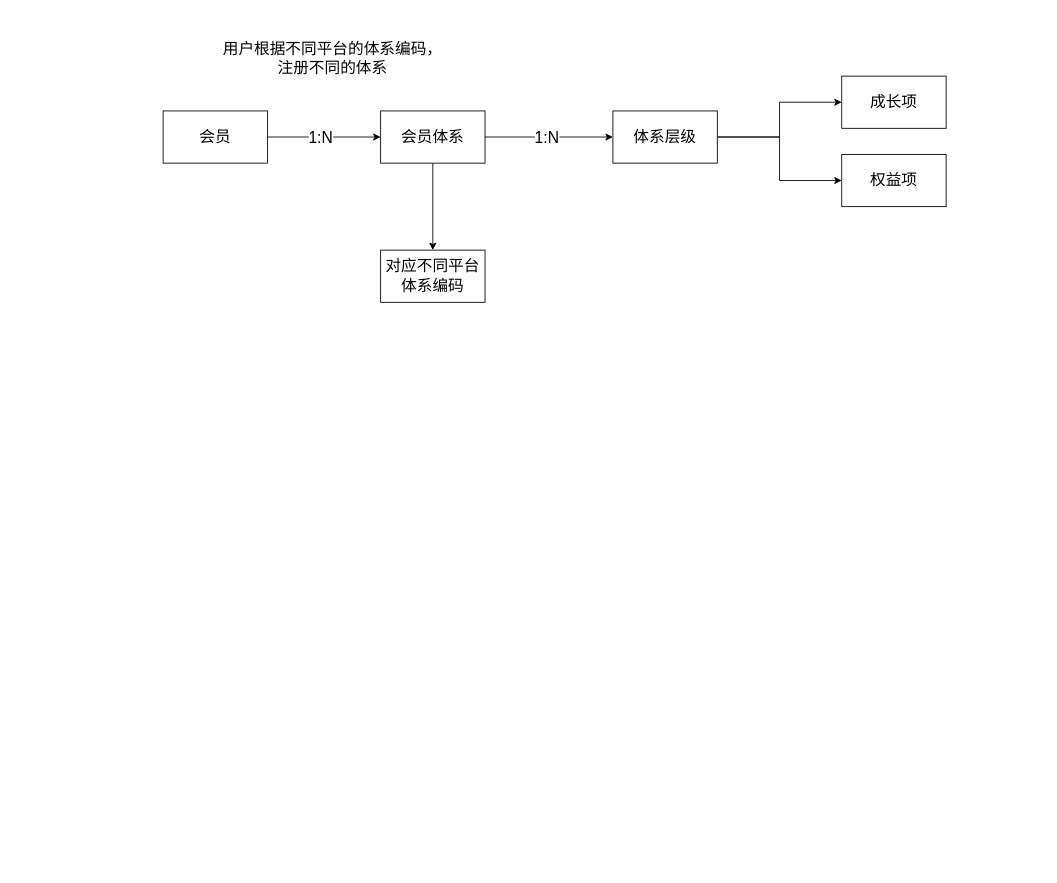
This is page "会员成长体系" (5 of 7) of 醉品系统业务流程.drawio from linbingxing/mind, a draw.io file, before an edit. Source tidied: cells renumbered, new cells numbered last; positions are measured from the earlier drawing's top-left corner, leaving out a move shared by most shapes. Both pictures are drawn from the tidied source at 87%, with x=0, y=0 at pixel (163, 15).
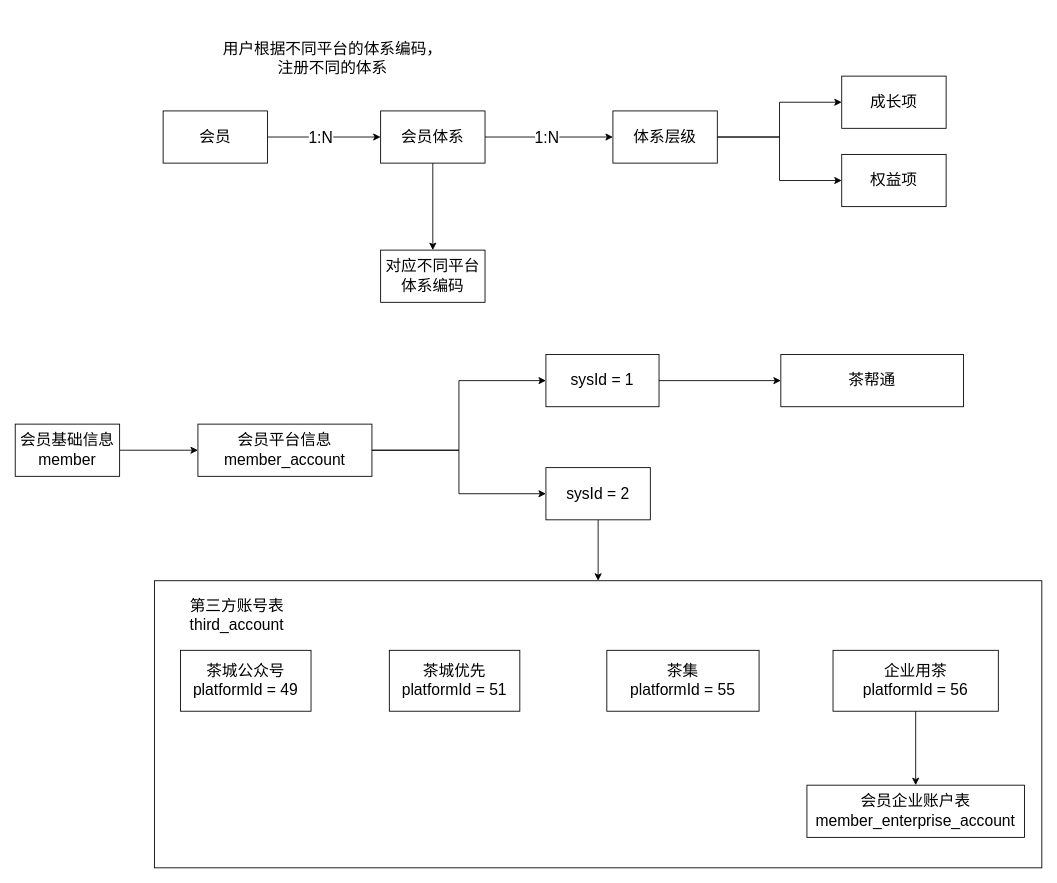
Above is the later version.

Commit message:
更新醉品系统业务流程.drawio

Diff of the diagram source:
```diff
@@
+    <mxCell id="16" style="rounded=0;whiteSpace=wrap;html=1;fontSize=18;" parent="1" vertex="1">
+      <mxGeometry x="-10" y="650" width="1020" height="330" as="geometry" />
+    </mxCell>
@@
+    <mxCell id="17" style="edgeStyle=orthogonalEdgeStyle;rounded=0;jettySize=auto;html=1;fontSize=18;" parent="1" edge="1" source="18" target="21">
+      <mxGeometry relative="1" as="geometry" />
+    </mxCell>
+    <mxCell id="18" value="会员基础信息&lt;br&gt;member" style="rounded=0;whiteSpace=wrap;html=1;fontSize=18;" parent="1" vertex="1">
+      <mxGeometry x="-170" y="470" width="120" height="60" as="geometry" />
+    </mxCell>
+    <mxCell id="19" style="edgeStyle=orthogonalEdgeStyle;rounded=0;jettySize=auto;html=1;entryX=0;entryY=0.5;entryDx=0;entryDy=0;fontSize=18;" parent="1" edge="1" source="21" target="28">
+      <mxGeometry relative="1" as="geometry" />
+    </mxCell>
+    <mxCell id="20" style="edgeStyle=orthogonalEdgeStyle;rounded=0;jettySize=auto;html=1;fontSize=18;" parent="1" edge="1" source="21" target="30">
+      <mxGeometry relative="1" as="geometry" />
+    </mxCell>
+    <mxCell id="21" value="会员平台信息&lt;br&gt;member_account" style="rounded=0;whiteSpace=wrap;html=1;fontSize=18;" parent="1" vertex="1">
+      <mxGeometry x="40" y="470" width="200" height="60" as="geometry" />
+    </mxCell>
+    <mxCell id="22" value="茶帮通&lt;br&gt;" style="whiteSpace=wrap;html=1;fontSize=18;rounded=0;" parent="1" vertex="1">
+      <mxGeometry x="710" y="390" width="210" height="60" as="geometry" />
+    </mxCell>
+    <mxCell id="23" style="edgeStyle=orthogonalEdgeStyle;rounded=0;jettySize=auto;html=1;fontSize=18;" parent="1" edge="1" source="24" target="33">
+      <mxGeometry relative="1" as="geometry" />
+    </mxCell>
+    <mxCell id="24" value="企业用茶&lt;br&gt;platformId = 56" style="whiteSpace=wrap;html=1;fontSize=18;rounded=0;" parent="1" vertex="1">
+      <mxGeometry x="770" y="730" width="190" height="70" as="geometry" />
+    </mxCell>
+    <mxCell id="25" value="茶集&lt;br&gt;platformId = 55" style="whiteSpace=wrap;html=1;fontSize=18;rounded=0;" parent="1" vertex="1">
+      <mxGeometry x="510" y="730" width="175" height="70" as="geometry" />
+    </mxCell>
+    <mxCell id="26" value="茶城公众号&lt;br&gt;platformId = 49" style="whiteSpace=wrap;html=1;fontSize=18;rounded=0;" parent="1" vertex="1">
+      <mxGeometry x="20" y="730" width="150" height="70" as="geometry" />
+    </mxCell>
+    <mxCell id="27" style="edgeStyle=orthogonalEdgeStyle;rounded=0;jettySize=auto;html=1;entryX=0;entryY=0.5;entryDx=0;entryDy=0;fontSize=18;" parent="1" edge="1" source="28" target="22">
+      <mxGeometry relative="1" as="geometry" />
+    </mxCell>
+    <mxCell id="28" value="sysId = 1" style="rounded=0;whiteSpace=wrap;html=1;fontSize=18;" parent="1" vertex="1">
+      <mxGeometry x="440" y="390" width="130" height="60" as="geometry" />
+    </mxCell>
+    <mxCell id="29" style="edgeStyle=orthogonalEdgeStyle;rounded=0;jettySize=auto;html=1;entryX=0.5;entryY=0;entryDx=0;entryDy=0;fontSize=18;" parent="1" edge="1" source="30" target="16">
+      <mxGeometry relative="1" as="geometry" />
+    </mxCell>
+    <mxCell id="30" value="sysId = 2" style="rounded=0;whiteSpace=wrap;html=1;fontSize=18;" parent="1" vertex="1">
+      <mxGeometry x="440" y="520" width="120" height="60" as="geometry" />
+    </mxCell>
+    <mxCell id="31" value="第三方账号表&lt;br&gt;third_account" style="text;html=1;strokeColor=none;fillColor=none;align=center;verticalAlign=middle;whiteSpace=wrap;rounded=0;fontSize=18;" parent="1" vertex="1">
+      <mxGeometry x="10" y="660" width="150" height="60" as="geometry" />
+    </mxCell>
+    <mxCell id="32" value="茶城优先&lt;br&gt;platformId = 51" style="whiteSpace=wrap;html=1;fontSize=18;rounded=0;" parent="1" vertex="1">
+      <mxGeometry x="260" y="730" width="150" height="70" as="geometry" />
+    </mxCell>
+    <mxCell id="33" value="会员企业账户表&lt;br&gt;member_enterprise_account" style="whiteSpace=wrap;html=1;fontSize=18;rounded=0;" parent="1" vertex="1">
+      <mxGeometry x="740" y="885" width="250" height="60" as="geometry" />
+    </mxCell>
```
